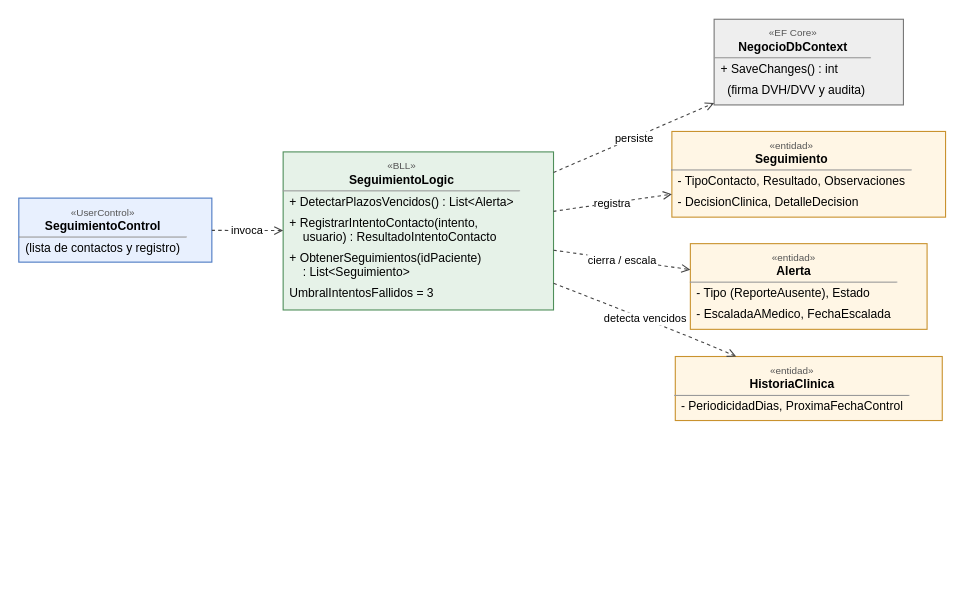
Above: Diagramas/UC-10/UC-10 - Clases afectadas.drawio in DanteSchlogl/OpenRIN-corregido (draw.io), before the change. Source tidied: cells renumbered, new cells numbered last; positions are measured from the earlier drawing's top-left corner, leaving out a move shared by most shapes. Both pictures are drawn from the tidied source at 110%, with x=0, y=0 at pixel (19, 19).
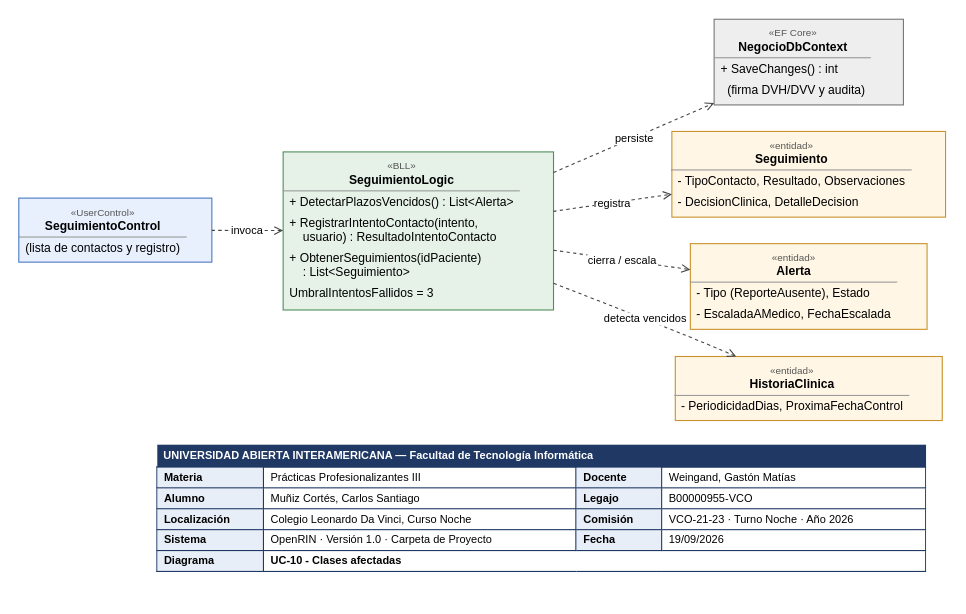
Above is the later version.

The edit, as a diff of the source:
```diff
@@
 <mxGraphModel>
   <root>
     <mxCell id="0" />
     <mxCell id="1" parent="0" />
     <mxCell id="2" value="&lt;div style=&quot;font-family:Arial;font-size:11px;padding:3px 0 0 0;text-align:center;line-height:11px;font-size:9px;color:#555555;&quot;&gt;«UserControl»&lt;/div&gt;&lt;div style=&quot;font-family:Arial;font-size:11px;padding:0 0 3px 0;text-align:center;line-height:13px;font-weight:bold;&quot;&gt;SeguimientoControl&lt;/div&gt;&lt;hr style=&quot;margin:0;&quot; size=&quot;1&quot;/&gt;&lt;div style=&quot;font-family:Arial;font-size:11px;padding:3px 6px;line-height:13px;text-align:left;&quot;&gt;(lista de contactos y registro)&lt;/div&gt;" style="whiteSpace=wrap;html=1;align=left;verticalAlign=top;overflow=hidden;spacing=0;fillColor=#E8F0FE;strokeColor=#4A78C2;" parent="1" vertex="1">
       <mxGeometry x="-0.4" y="162.6" width="175.5" height="58.2" as="geometry" />
     </mxCell>
     <mxCell id="3" value="&lt;div style=&quot;font-family:Arial;font-size:11px;padding:3px 0 0 0;text-align:center;line-height:11px;font-size:9px;color:#555555;&quot;&gt;«BLL»&lt;/div&gt;&lt;div style=&quot;font-family:Arial;font-size:11px;padding:0 0 3px 0;text-align:center;line-height:13px;font-weight:bold;&quot;&gt;SeguimientoLogic&lt;/div&gt;&lt;hr style=&quot;margin:0;&quot; size=&quot;1&quot;/&gt;&lt;div style=&quot;font-family:Arial;font-size:11px;padding:3px 6px;line-height:13px;text-align:left;&quot;&gt;+ DetectarPlazosVencidos() : List&amp;lt;Alerta&amp;gt;&lt;/div&gt;&lt;div style=&quot;font-family:Arial;font-size:11px;padding:3px 6px;line-height:13px;text-align:left;&quot;&gt;+ RegistrarIntentoContacto(intento,&lt;br/&gt;&amp;#160;&amp;#160;&amp;#160;&amp;#160;usuario) : ResultadoIntentoContacto&lt;/div&gt;&lt;div style=&quot;font-family:Arial;font-size:11px;padding:3px 6px;line-height:13px;text-align:left;&quot;&gt;+ ObtenerSeguimientos(idPaciente)&lt;br/&gt;&amp;#160;&amp;#160;&amp;#160;&amp;#160;: List&amp;lt;Seguimiento&amp;gt;&lt;/div&gt;&lt;div style=&quot;font-family:Arial;font-size:11px;padding:3px 6px;line-height:13px;text-align:left;&quot;&gt;UmbralIntentosFallidos = 3&lt;/div&gt;" style="whiteSpace=wrap;html=1;align=left;verticalAlign=top;overflow=hidden;spacing=0;fillColor=#E6F2E8;strokeColor=#4F8F5A;" parent="1" vertex="1">
       <mxGeometry x="239.9" y="120.6" width="245.8" height="143.7" as="geometry" />
     </mxCell>
     <mxCell id="4" value="&lt;div style=&quot;font-family:Arial;font-size:11px;padding:3px 0 0 0;text-align:center;line-height:11px;font-size:9px;color:#555555;&quot;&gt;«EF Core»&lt;/div&gt;&lt;div style=&quot;font-family:Arial;font-size:11px;padding:0 0 3px 0;text-align:center;line-height:13px;font-weight:bold;&quot;&gt;NegocioDbContext&lt;/div&gt;&lt;hr style=&quot;margin:0;&quot; size=&quot;1&quot;/&gt;&lt;div style=&quot;font-family:Arial;font-size:11px;padding:3px 6px;line-height:13px;text-align:left;&quot;&gt;+ SaveChanges() : int&lt;/div&gt;&lt;div style=&quot;font-family:Arial;font-size:11px;padding:3px 6px;line-height:13px;text-align:left;&quot;&gt;&amp;#160;&amp;#160;(firma DVH/DVV y audita)&lt;/div&gt;" style="whiteSpace=wrap;html=1;align=left;verticalAlign=top;overflow=hidden;spacing=0;fillColor=#EEEEEE;strokeColor=#777777;" parent="1" vertex="1">
       <mxGeometry x="631.7" width="172.1" height="77.9" as="geometry" />
     </mxCell>
     <mxCell id="5" value="&lt;div style=&quot;font-family:Arial;font-size:11px;padding:3px 0 0 0;text-align:center;line-height:11px;font-size:9px;color:#555555;&quot;&gt;«entidad»&lt;/div&gt;&lt;div style=&quot;font-family:Arial;font-size:11px;padding:0 0 3px 0;text-align:center;line-height:13px;font-weight:bold;&quot;&gt;Seguimiento&lt;/div&gt;&lt;hr style=&quot;margin:0;&quot; size=&quot;1&quot;/&gt;&lt;div style=&quot;font-family:Arial;font-size:11px;padding:3px 6px;line-height:13px;text-align:left;&quot;&gt;- TipoContacto, Resultado, Observaciones&lt;/div&gt;&lt;div style=&quot;font-family:Arial;font-size:11px;padding:3px 6px;line-height:13px;text-align:left;&quot;&gt;- DecisionClinica, DetalleDecision&lt;/div&gt;" style="whiteSpace=wrap;html=1;align=left;verticalAlign=top;overflow=hidden;spacing=0;fillColor=#FFF6E5;strokeColor=#C9922E;" parent="1" vertex="1">
       <mxGeometry x="593.3" y="102" width="248.8" height="77.9" as="geometry" />
     </mxCell>
     <mxCell id="6" value="&lt;div style=&quot;font-family:Arial;font-size:11px;padding:3px 0 0 0;text-align:center;line-height:11px;font-size:9px;color:#555555;&quot;&gt;«entidad»&lt;/div&gt;&lt;div style=&quot;font-family:Arial;font-size:11px;padding:0 0 3px 0;text-align:center;line-height:13px;font-weight:bold;&quot;&gt;Alerta&lt;/div&gt;&lt;hr style=&quot;margin:0;&quot; size=&quot;1&quot;/&gt;&lt;div style=&quot;font-family:Arial;font-size:11px;padding:3px 6px;line-height:13px;text-align:left;&quot;&gt;- Tipo (ReporteAusente), Estado&lt;/div&gt;&lt;div style=&quot;font-family:Arial;font-size:11px;padding:3px 6px;line-height:13px;text-align:left;&quot;&gt;- EscaladaAMedico, FechaEscalada&lt;/div&gt;" style="whiteSpace=wrap;html=1;align=left;verticalAlign=top;overflow=hidden;spacing=0;fillColor=#FFF6E5;strokeColor=#C9922E;" parent="1" vertex="1">
       <mxGeometry x="610.1" y="204" width="215.2" height="77.9" as="geometry" />
     </mxCell>
     <mxCell id="7" value="&lt;div style=&quot;font-family:Arial;font-size:11px;padding:3px 0 0 0;text-align:center;line-height:11px;font-size:9px;color:#555555;&quot;&gt;«entidad»&lt;/div&gt;&lt;div style=&quot;font-family:Arial;font-size:11px;padding:0 0 3px 0;text-align:center;line-height:13px;font-weight:bold;&quot;&gt;HistoriaClinica&lt;/div&gt;&lt;hr style=&quot;margin:0;&quot; size=&quot;1&quot;/&gt;&lt;div style=&quot;font-family:Arial;font-size:11px;padding:3px 6px;line-height:13px;text-align:left;&quot;&gt;- PeriodicidadDias, ProximaFechaControl&lt;/div&gt;" style="whiteSpace=wrap;html=1;align=left;verticalAlign=top;overflow=hidden;spacing=0;fillColor=#FFF6E5;strokeColor=#C9922E;" parent="1" vertex="1">
       <mxGeometry x="596.4" y="306.6" width="242.7" height="58.2" as="geometry" />
     </mxCell>
     <mxCell id="8" value="invoca" style="html=1;rounded=0;curved=1;edgeStyle=none;strokeColor=#444444;fontSize=10;fontFamily=Arial;labelBackgroundColor=#FFFFFF;dashed=1;endArrow=open;endFill=0;startArrow=none;" parent="1" edge="1" source="2" target="3">
       <mxGeometry relative="1" as="geometry" />
     </mxCell>
     <mxCell id="9" value="registra" style="html=1;rounded=0;curved=1;edgeStyle=none;strokeColor=#444444;fontSize=10;fontFamily=Arial;labelBackgroundColor=#FFFFFF;dashed=1;endArrow=open;endFill=0;startArrow=none;" parent="1" edge="1" source="3" target="5">
       <mxGeometry relative="1" as="geometry" />
     </mxCell>
     <mxCell id="10" value="cierra / escala" style="html=1;rounded=0;curved=1;edgeStyle=none;strokeColor=#444444;fontSize=10;fontFamily=Arial;labelBackgroundColor=#FFFFFF;dashed=1;endArrow=open;endFill=0;startArrow=none;" parent="1" edge="1" source="3" target="6">
       <mxGeometry relative="1" as="geometry" />
     </mxCell>
     <mxCell id="11" value="detecta vencidos" style="html=1;rounded=0;curved=1;edgeStyle=none;strokeColor=#444444;fontSize=10;fontFamily=Arial;labelBackgroundColor=#FFFFFF;dashed=1;endArrow=open;endFill=0;startArrow=none;" parent="1" edge="1" source="3" target="7">
       <mxGeometry relative="1" as="geometry">
         <Array as="points">
           <mxPoint x="610.1" y="288.2" />
         </Array>
       </mxGeometry>
     </mxCell>
     <mxCell id="12" value="persiste" style="html=1;rounded=0;curved=1;edgeStyle=none;strokeColor=#444444;fontSize=10;fontFamily=Arial;labelBackgroundColor=#FFFFFF;dashed=1;endArrow=open;endFill=0;startArrow=none;" parent="1" edge="1" source="3" target="4">
       <mxGeometry relative="1" as="geometry" />
     </mxCell>
+    <mxCell id="13" value="&lt;table style=&quot;border-collapse:collapse;font-family:Arial;font-size:10px;width:700px;table-layout:auto;&quot;&gt;&lt;tr&gt;&lt;td colspan=&quot;4&quot; style=&quot;background:#1F3864;color:#FFFFFF;font-weight:bold;padding:4px 6px;&quot;&gt;UNIVERSIDAD ABIERTA INTERAMERICANA — Facultad de Tecnología Informática&lt;/td&gt;&lt;/tr&gt;&lt;tr&gt;&lt;td style=&quot;border:1px solid #1F3864;padding:3px 6px;font-weight:bold;background:#E8EEF8;white-space:nowrap;&quot;&gt;Materia&lt;/td&gt;&lt;td style=&quot;border:1px solid #1F3864;padding:3px 6px;&quot;&gt;Prácticas Profesionalizantes III&lt;/td&gt;&lt;td style=&quot;border:1px solid #1F3864;padding:3px 6px;font-weight:bold;background:#E8EEF8;white-space:nowrap;&quot;&gt;Docente&lt;/td&gt;&lt;td style=&quot;border:1px solid #1F3864;padding:3px 6px;&quot;&gt;Weingand, Gastón Matías&lt;/td&gt;&lt;/tr&gt;&lt;tr&gt;&lt;td style=&quot;border:1px solid #1F3864;padding:3px 6px;font-weight:bold;background:#E8EEF8;white-space:nowrap;&quot;&gt;Alumno&lt;/td&gt;&lt;td style=&quot;border:1px solid #1F3864;padding:3px 6px;&quot;&gt;Muñiz Cortés, Carlos Santiago&lt;/td&gt;&lt;td style=&quot;border:1px solid #1F3864;padding:3px 6px;font-weight:bold;background:#E8EEF8;white-space:nowrap;&quot;&gt;Legajo&lt;/td&gt;&lt;td style=&quot;border:1px solid #1F3864;padding:3px 6px;&quot;&gt;B00000955-VCO&lt;/td&gt;&lt;/tr&gt;&lt;tr&gt;&lt;td style=&quot;border:1px solid #1F3864;padding:3px 6px;font-weight:bold;background:#E8EEF8;white-space:nowrap;&quot;&gt;Localización&lt;/td&gt;&lt;td style=&quot;border:1px solid #1F3864;padding:3px 6px;&quot;&gt;Colegio Leonardo Da Vinci, Curso Noche&lt;/td&gt;&lt;td style=&quot;border:1px solid #1F3864;padding:3px 6px;font-weight:bold;background:#E8EEF8;white-space:nowrap;&quot;&gt;Comisión&lt;/td&gt;&lt;td style=&quot;border:1px solid #1F3864;padding:3px 6px;&quot;&gt;VCO-21-23 · Turno Noche · Año 2026&lt;/td&gt;&lt;/tr&gt;&lt;tr&gt;&lt;td style=&quot;border:1px solid #1F3864;padding:3px 6px;font-weight:bold;background:#E8EEF8;white-space:nowrap;&quot;&gt;Sistema&lt;/td&gt;&lt;td style=&quot;border:1px solid #1F3864;padding:3px 6px;&quot;&gt;OpenRIN · Versión 1.0 · Carpeta de Proyecto&lt;/td&gt;&lt;td style=&quot;border:1px solid #1F3864;padding:3px 6px;font-weight:bold;background:#E8EEF8;white-space:nowrap;&quot;&gt;Fecha&lt;/td&gt;&lt;td style=&quot;border:1px solid #1F3864;padding:3px 6px;&quot;&gt;19/09/2026&lt;/td&gt;&lt;/tr&gt;&lt;tr&gt;&lt;td style=&quot;border:1px solid #1F3864;padding:3px 6px;font-weight:bold;background:#E8EEF8;white-space:nowrap;&quot;&gt;Diagrama&lt;/td&gt;&lt;td colspan=&quot;3&quot; style=&quot;border:1px solid #1F3864;padding:3px 6px;font-weight:bold;&quot;&gt;UC-10 - Clases afectadas&lt;/td&gt;&lt;/tr&gt;&lt;/table&gt;" style="html=1;whiteSpace=wrap;overflow=hidden;align=left;verticalAlign=top;fillColor=#FFFFFF;strokeColor=none;spacing=0;" parent="1" vertex="1">
+      <mxGeometry x="125.4" y="381.8" width="700" height="136" as="geometry" />
+    </mxCell>
   </root>
 </mxGraphModel>
```
